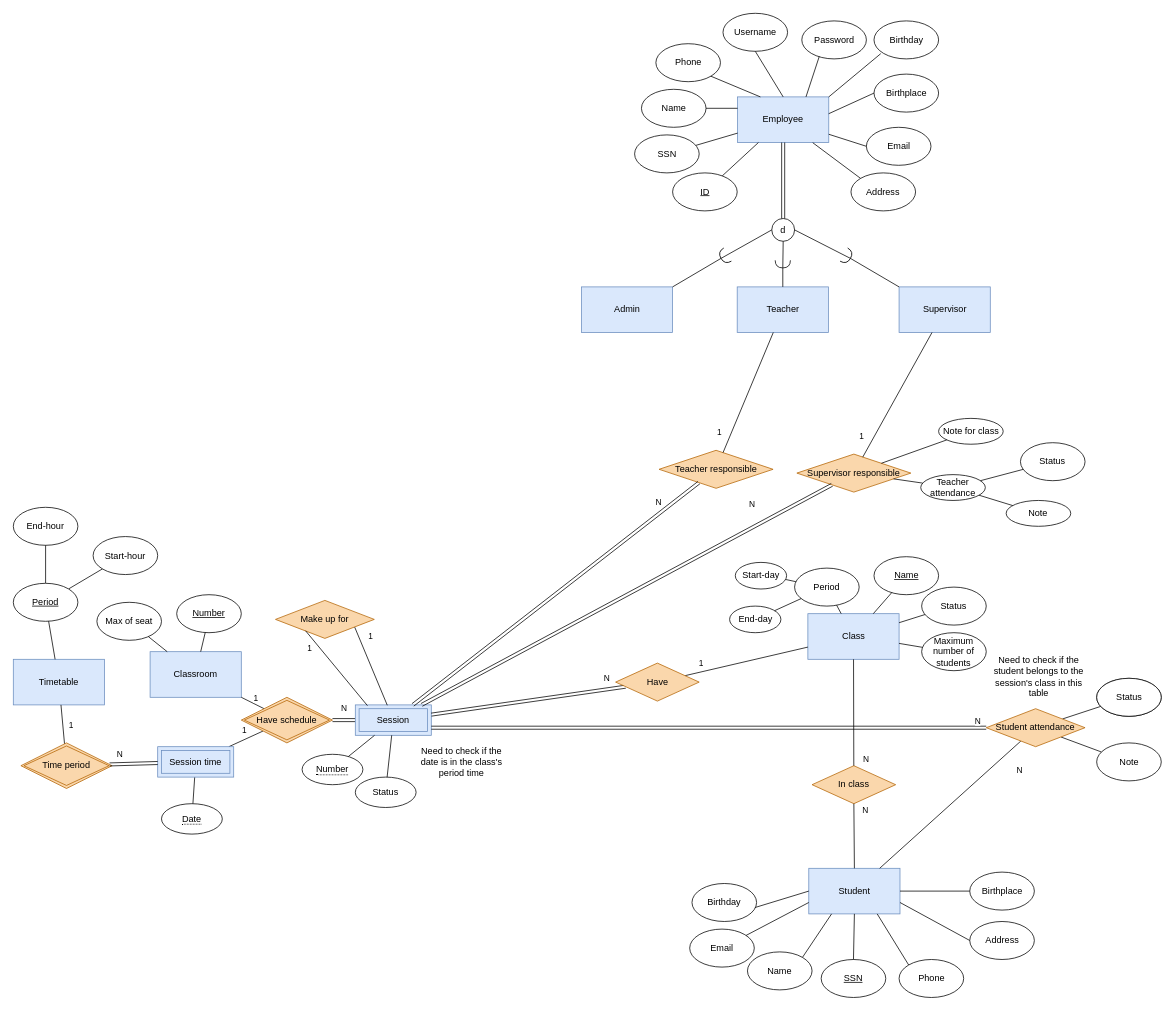
Earlier version of the draw.io diagram page "Copy of Main" (2 of 3) of Week 3/ERD.drawio (astr0tas/English-Center-Attendance-Check). Source tidied: cells renumbered, new cells numbered last; positions are measured from the earlier drawing's top-left corner, leaving out a move shared by most shapes. Both pictures are drawn from the tidied source at 76%, with x=0, y=0 at pixel (13, 13).
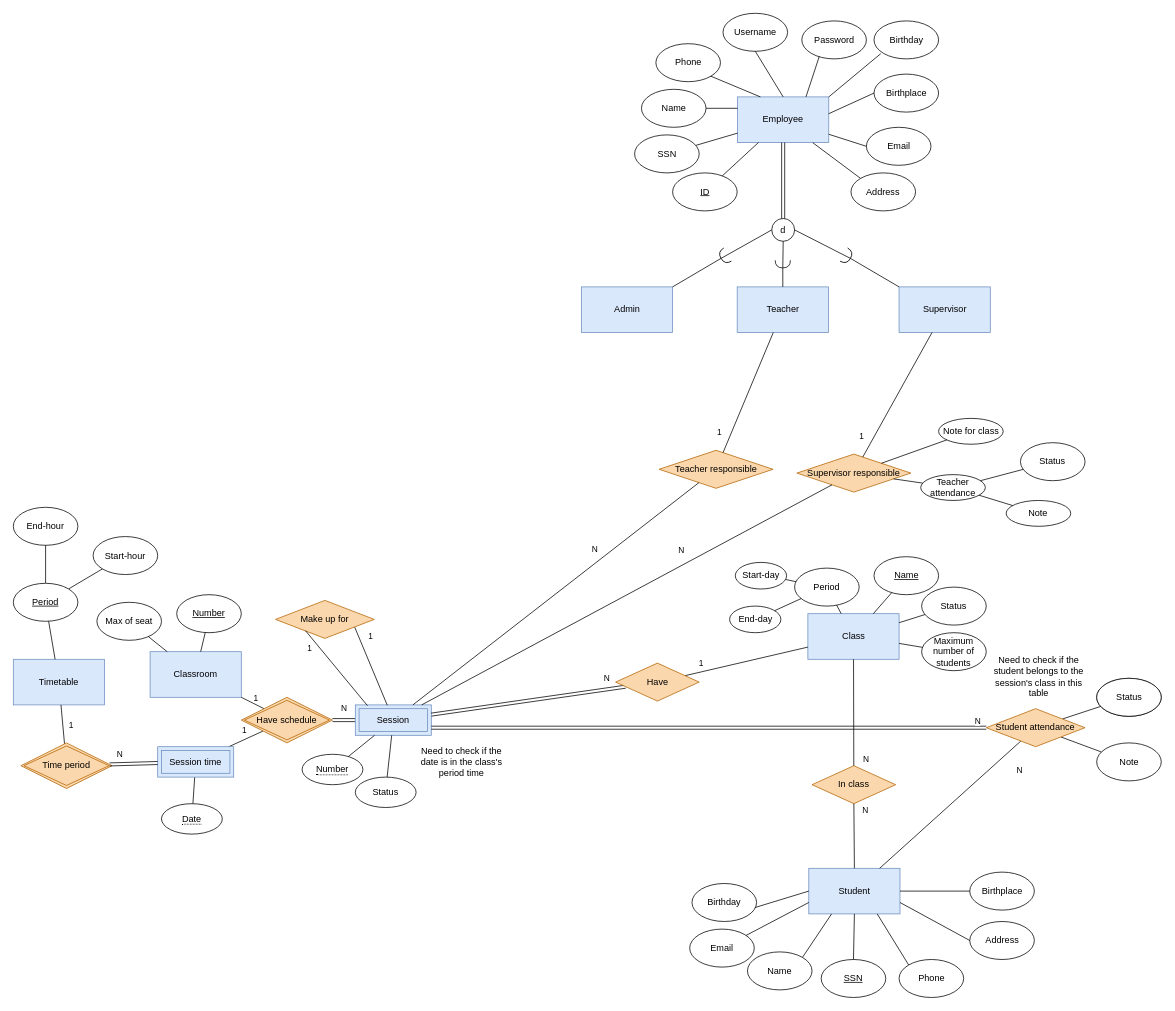
The same page after the edit.

The change refers to these unchanged cells:
```xml
<mxCell id="31" value="Teacher responsible" style="rhombus;whiteSpace=wrap;html=1;fillColor=#fad7ac;strokeColor=#b46504;" parent="1" vertex="1">
  <mxGeometry x="849.7" y="575" width="150" height="50" as="geometry" />
</mxCell>
<mxCell id="72" value="Session" style="shape=ext;margin=3;double=1;whiteSpace=wrap;html=1;align=center;fillColor=#DAE8FC;strokeColor=#6C8EBF;" parent="1" vertex="1">
  <mxGeometry x="450" y="910" width="100" height="40" as="geometry" />
</mxCell>
<mxCell id="119" value="Supervisor responsible" style="rhombus;whiteSpace=wrap;html=1;fillColor=#fad7ac;strokeColor=#b46504;" parent="1" vertex="1">
  <mxGeometry x="1031" y="580" width="150" height="50" as="geometry" />
</mxCell>
```

What changed in the source:
```diff
@@
-    <mxCell id="117" style="endArrow=none;html=1;rounded=0;shape=link;" parent="1" edge="1" source="72" target="31">
-      <mxGeometry relative="1" as="geometry" />
-    </mxCell>
-    <mxCell id="118" value="N" style="edgeLabel;html=1;align=center;verticalAlign=middle;" parent="117" vertex="1">
-      <mxGeometry x="0.36" y="-3" relative="1" as="geometry">
-        <mxPoint x="65" y="-70" as="offset" />
-      </mxGeometry>
-    </mxCell>
@@
-    <mxCell id="121" style="endArrow=none;html=1;rounded=0;shape=link;" parent="1" edge="1" source="72" target="119">
-      <mxGeometry relative="1" as="geometry" />
-    </mxCell>
-    <mxCell id="122" value="N" style="edgeLabel;html=1;align=center;verticalAlign=middle;" parent="121" vertex="1">
-      <mxGeometry x="0.36" y="-3" relative="1" as="geometry">
-        <mxPoint x="65" y="-70" as="offset" />
-      </mxGeometry>
-    </mxCell>
@@
+    <mxCell id="117" style="endArrow=none;html=1;rounded=0;" parent="1" edge="1" source="72" target="31">
+      <mxGeometry relative="1" as="geometry" />
+    </mxCell>
+    <mxCell id="133" value="N" style="edgeLabel;html=1;align=center;verticalAlign=middle;" parent="117" vertex="1">
+      <mxGeometry x="0.25" y="-3" relative="1" as="geometry">
+        <mxPoint x="2" y="-25" as="offset" />
+      </mxGeometry>
+    </mxCell>
+    <mxCell id="121" style="endArrow=none;html=1;rounded=0;" parent="1" edge="1" source="72" target="119">
+      <mxGeometry relative="1" as="geometry" />
+    </mxCell>
+    <mxCell id="134" value="N" style="edgeLabel;html=1;align=center;verticalAlign=middle;" parent="121" vertex="1">
+      <mxGeometry x="0.25" y="-3" relative="1" as="geometry">
+        <mxPoint x="2" y="-25" as="offset" />
+      </mxGeometry>
+    </mxCell>
```
